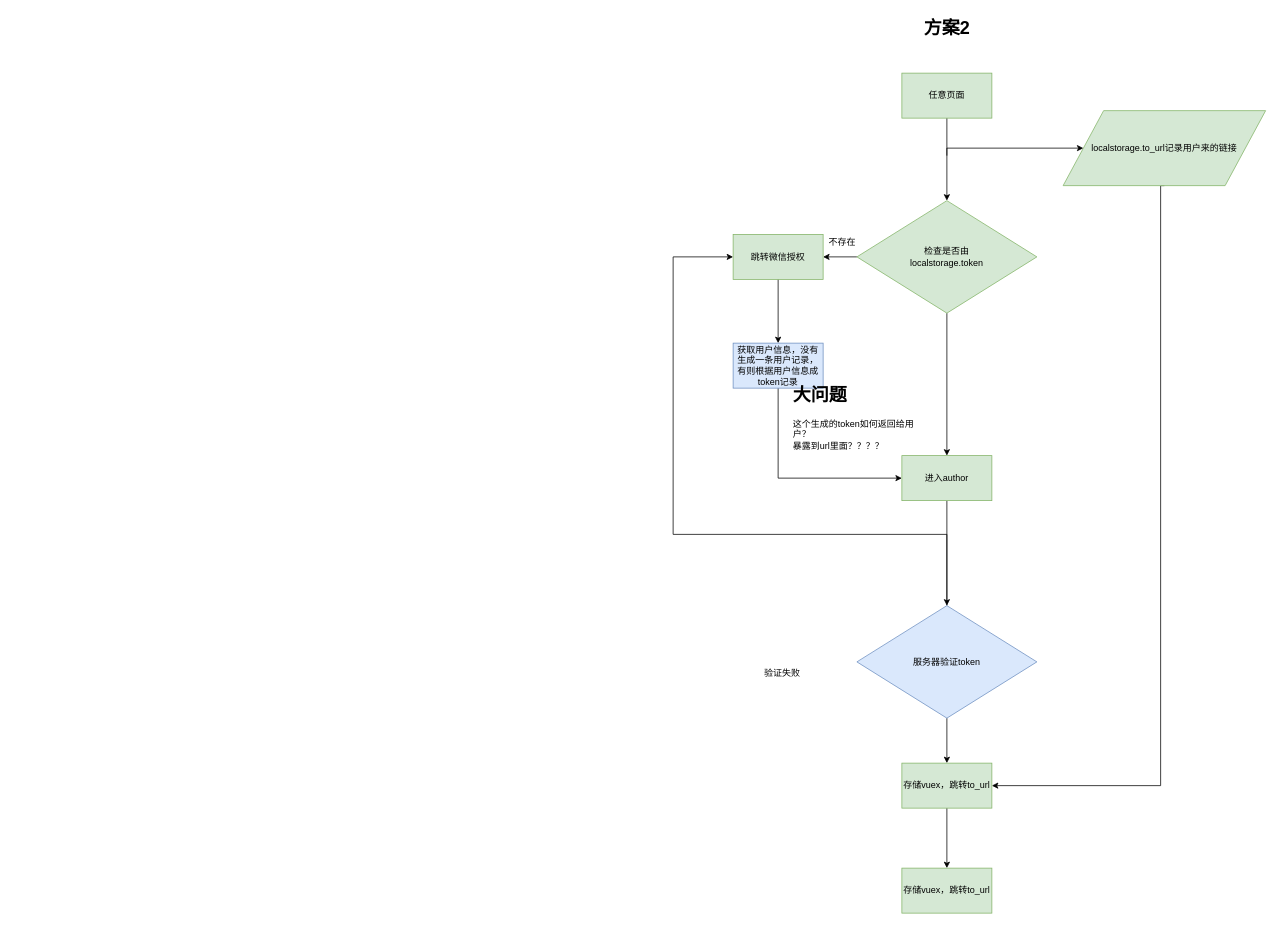
The draw.io diagram wechatAuthor.drawio in maclxf/ProjectDraw, before the edit. Source tidied: cells renumbered, new cells numbered last; positions are measured from the earlier drawing's top-left corner, leaving out a move shared by most shapes. Both pictures are drawn from the tidied source at 75%, with x=0, y=0 at pixel (673, 13).
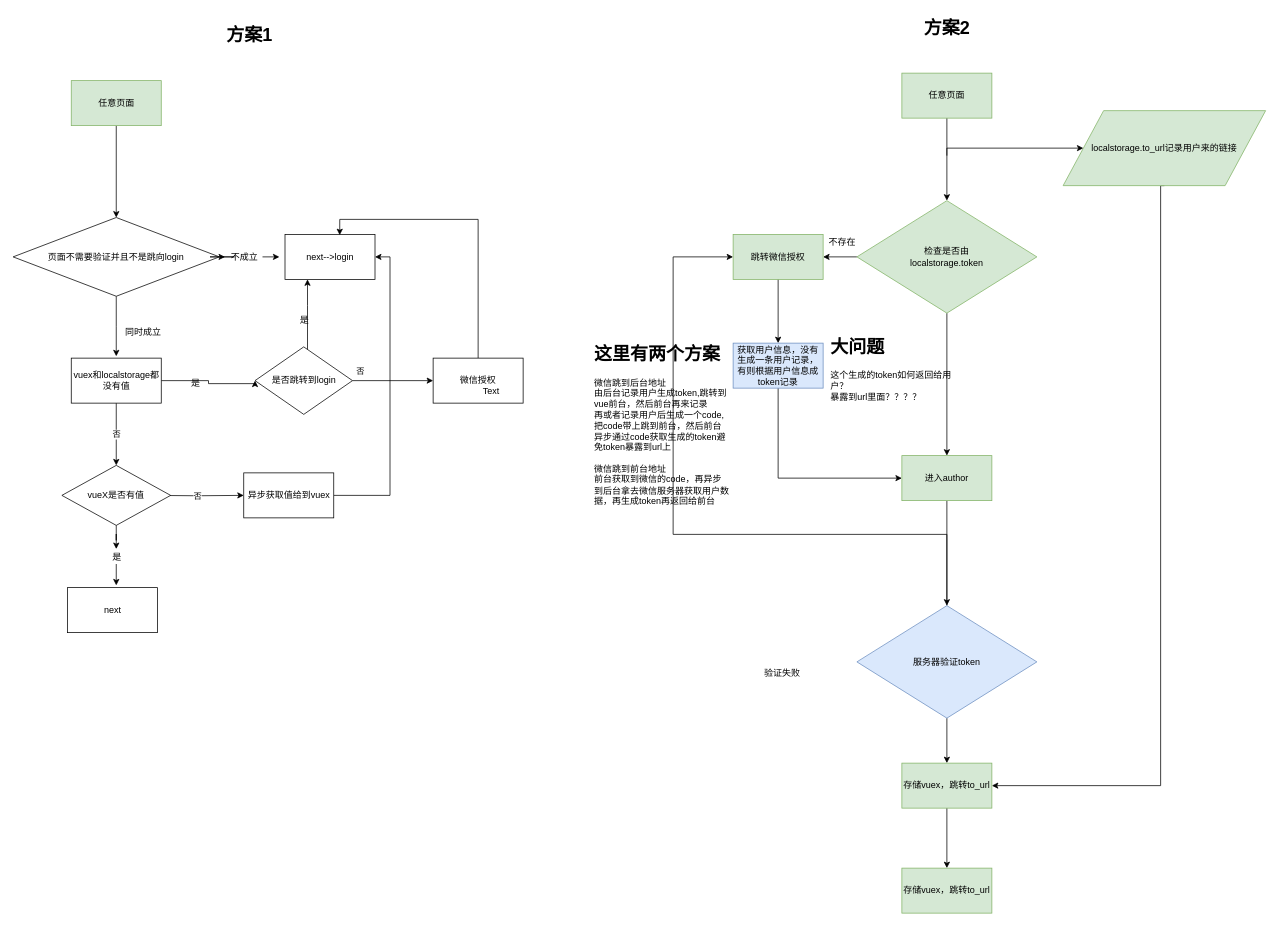
The same diagram, later.

The change refers to these unchanged cells:
```xml
<mxCell id="12" value="进入author" style="rounded=0;whiteSpace=wrap;html=1;fillColor=#d5e8d4;strokeColor=#82b366;" parent="1" vertex="1">
  <mxGeometry x="305" y="590" width="120" height="60" as="geometry" />
</mxCell>
<mxCell id="19" value="获取用户信息，没有生成一条用户记录，有则根据用户信息成token记录" style="rounded=0;whiteSpace=wrap;html=1;fillColor=#dae8fc;strokeColor=#6c8ebf;" parent="1" vertex="1">
  <mxGeometry x="80" y="440" width="120" height="60" as="geometry" />
</mxCell>
```

The edit, as a diff of the source:
```diff
@@
-    <mxCell id="18" style="edgeStyle=orthogonalEdgeStyle;rounded=0;jettySize=auto;html=1;" parent="1" edge="1" source="19" target="12">
+    <mxCell id="18" style="edgeStyle=orthogonalEdgeStyle;rounded=0;jettySize=auto;html=1;exitX=0.5;exitY=1;exitDx=0;exitDy=0;" parent="1" edge="1" source="19" target="12">
       <mxGeometry relative="1" as="geometry">
         <Array as="points">
           <mxPoint x="140" y="620" />
         </Array>
       </mxGeometry>
     </mxCell>
@@
     <mxCell id="25" value="&lt;h1&gt;大问题&lt;/h1&gt;&lt;div&gt;这个生成的token如何返回给用户？&lt;/div&gt;&lt;div&gt;暴露到url里面？？？？&lt;/div&gt;" style="text;html=1;strokeColor=none;fillColor=none;spacing=5;spacingTop=-20;whiteSpace=wrap;overflow=hidden;rounded=0;" parent="1" vertex="1">
-      <mxGeometry x="155" y="490" width="190" height="120" as="geometry" />
+      <mxGeometry x="205" y="425" width="190" height="120" as="geometry" />
     </mxCell>
@@
+    <mxCell id="27" style="edgeStyle=orthogonalEdgeStyle;rounded=0;jettySize=auto;html=1;entryX=0.5;entryY=0;entryDx=0;entryDy=0;" parent="1" edge="1" source="28" target="32">
+      <mxGeometry relative="1" as="geometry" />
+    </mxCell>
+    <mxCell id="28" value="任意页面" style="rounded=0;whiteSpace=wrap;html=1;fillColor=#d5e8d4;strokeColor=#82b366;" parent="1" vertex="1">
+      <mxGeometry x="-802.5" y="90" width="120" height="60" as="geometry" />
+    </mxCell>
+    <mxCell id="29" value="方案1" style="text;strokeColor=none;fillColor=none;html=1;fontSize=24;fontStyle=1;verticalAlign=middle;align=center;" parent="1" vertex="1">
+      <mxGeometry x="-615" y="10" width="100" height="40" as="geometry" />
+    </mxCell>
+    <mxCell id="30" style="edgeStyle=orthogonalEdgeStyle;rounded=0;jettySize=auto;html=1;" parent="1" edge="1" source="32">
+      <mxGeometry relative="1" as="geometry">
+        <mxPoint x="-742.5" y="457.5" as="targetPoint" />
+      </mxGeometry>
+    </mxCell>
+    <mxCell id="31" style="edgeStyle=orthogonalEdgeStyle;rounded=0;jettySize=auto;html=1;" parent="1" edge="1" source="35">
+      <mxGeometry relative="1" as="geometry">
+        <mxPoint x="-525" y="325" as="targetPoint" />
+      </mxGeometry>
+    </mxCell>
+    <mxCell id="32" value="页面不需要验证并且不是跳向login" style="rhombus;whiteSpace=wrap;html=1;" parent="1" vertex="1">
+      <mxGeometry x="-880" y="272.5" width="275" height="105" as="geometry" />
+    </mxCell>
+    <mxCell id="33" value="同时成立" style="text;html=1;align=center;verticalAlign=middle;" parent="1" vertex="1">
+      <mxGeometry x="-737.5" y="415" width="60" height="20" as="geometry" />
+    </mxCell>
+    <mxCell id="34" value="next--&amp;gt;login" style="rounded=0;whiteSpace=wrap;html=1;" parent="1" vertex="1">
+      <mxGeometry x="-517.5" y="295" width="120" height="60" as="geometry" />
+    </mxCell>
+    <mxCell id="35" value="不成立" style="text;html=1;align=center;verticalAlign=middle;points=[];" parent="1" vertex="1">
+      <mxGeometry x="-597.5" y="315" width="50" height="20" as="geometry" />
+    </mxCell>
+    <mxCell id="36" style="edgeStyle=orthogonalEdgeStyle;rounded=0;jettySize=auto;html=1;" parent="1" edge="1" source="32" target="35">
+      <mxGeometry relative="1" as="geometry" />
+    </mxCell>
+    <mxCell id="37" value="否" style="edgeStyle=orthogonalEdgeStyle;rounded=0;jettySize=auto;html=1;" parent="1" edge="1" source="39" target="49">
+      <mxGeometry relative="1" as="geometry" />
+    </mxCell>
+    <mxCell id="38" style="edgeStyle=orthogonalEdgeStyle;rounded=0;jettySize=auto;html=1;entryX=0;entryY=0.5;entryDx=0;entryDy=0;" parent="1" edge="1" source="39" target="45">
+      <mxGeometry relative="1" as="geometry">
+        <Array as="points">
+          <mxPoint x="-619.5" y="490" />
+          <mxPoint x="-619.5" y="494" />
+          <mxPoint x="-557.5" y="494" />
+        </Array>
+      </mxGeometry>
+    </mxCell>
+    <mxCell id="39" value="vuex和localstorage都没有值" style="rounded=0;whiteSpace=wrap;html=1;" parent="1" vertex="1">
+      <mxGeometry x="-802.5" y="460" width="120" height="60" as="geometry" />
+    </mxCell>
+    <mxCell id="40" style="edgeStyle=orthogonalEdgeStyle;rounded=0;jettySize=auto;html=1;entryX=0.608;entryY=0.017;entryDx=0;entryDy=0;entryPerimeter=0;exitX=0.5;exitY=0;exitDx=0;exitDy=0;" parent="1" edge="1" source="41" target="34">
+      <mxGeometry relative="1" as="geometry">
+        <Array as="points">
+          <mxPoint x="-260" y="275" />
+          <mxPoint x="-445" y="275" />
+        </Array>
+      </mxGeometry>
+    </mxCell>
+    <mxCell id="41" value="微信授权" style="rounded=0;whiteSpace=wrap;html=1;" parent="1" vertex="1">
+      <mxGeometry x="-320" y="460" width="120" height="60" as="geometry" />
+    </mxCell>
+    <mxCell id="42" value="是" style="text;html=1;align=center;verticalAlign=middle;" parent="1" vertex="1">
+      <mxGeometry x="-652.5" y="484" width="30" height="20" as="geometry" />
+    </mxCell>
+    <mxCell id="43" style="edgeStyle=orthogonalEdgeStyle;rounded=0;jettySize=auto;html=1;exitX=1;exitY=0.5;exitDx=0;exitDy=0;entryX=0;entryY=0.5;entryDx=0;entryDy=0;" parent="1" edge="1" source="45" target="41">
+      <mxGeometry relative="1" as="geometry" />
+    </mxCell>
+    <mxCell id="44" value="否" style="edgeStyle=orthogonalEdgeStyle;rounded=0;jettySize=auto;html=1;entryX=0.25;entryY=1;entryDx=0;entryDy=0;" parent="1" edge="1" source="45" target="34">
+      <mxGeometry x="0.28" y="-114" relative="1" as="geometry">
+        <Array as="points">
+          <mxPoint x="-487.5" y="390" />
+          <mxPoint x="-487.5" y="390" />
+        </Array>
+        <mxPoint x="-44" y="90" as="offset" />
+      </mxGeometry>
+    </mxCell>
+    <mxCell id="45" value="是否跳转到login" style="rhombus;whiteSpace=wrap;html=1;" parent="1" vertex="1">
+      <mxGeometry x="-557.5" y="445" width="130" height="90" as="geometry" />
+    </mxCell>
+    <mxCell id="46" value="是" style="text;html=1;align=center;verticalAlign=middle;" parent="1" vertex="1">
+      <mxGeometry x="-507.5" y="400" width="30" height="20" as="geometry" />
+    </mxCell>
+    <mxCell id="47" value="否" style="edgeStyle=orthogonalEdgeStyle;rounded=0;jettySize=auto;html=1;" parent="1" edge="1" target="51">
+      <mxGeometry relative="1" as="geometry">
+        <mxPoint x="-697.5" y="643" as="sourcePoint" />
+      </mxGeometry>
+    </mxCell>
+    <mxCell id="48" style="edgeStyle=orthogonalEdgeStyle;rounded=0;jettySize=auto;html=1;" parent="1" edge="1" source="53">
+      <mxGeometry relative="1" as="geometry">
+        <mxPoint x="-742.5" y="763" as="targetPoint" />
+      </mxGeometry>
+    </mxCell>
+    <mxCell id="49" value="&lt;span style=&quot;white-space: normal&quot;&gt;vueX是否有值&lt;/span&gt;" style="rhombus;whiteSpace=wrap;html=1;" parent="1" vertex="1">
+      <mxGeometry x="-815" y="603" width="145" height="80" as="geometry" />
+    </mxCell>
+    <mxCell id="50" style="edgeStyle=orthogonalEdgeStyle;rounded=0;jettySize=auto;html=1;exitX=1;exitY=0.5;exitDx=0;exitDy=0;" parent="1" edge="1" source="51" target="34">
+      <mxGeometry relative="1" as="geometry">
+        <Array as="points">
+          <mxPoint x="-377.5" y="643" />
+          <mxPoint x="-377.5" y="325" />
+        </Array>
+      </mxGeometry>
+    </mxCell>
+    <mxCell id="51" value="异步获取值给到vuex" style="rounded=0;whiteSpace=wrap;html=1;" parent="1" vertex="1">
+      <mxGeometry x="-572.5" y="613" width="120" height="60" as="geometry" />
+    </mxCell>
+    <mxCell id="52" value="next" style="rounded=0;whiteSpace=wrap;html=1;" parent="1" vertex="1">
+      <mxGeometry x="-807.5" y="766" width="120" height="60" as="geometry" />
+    </mxCell>
+    <mxCell id="53" value="是" style="text;html=1;align=center;verticalAlign=middle;points=[];" parent="1" vertex="1">
+      <mxGeometry x="-757.5" y="714.5" width="30" height="20" as="geometry" />
+    </mxCell>
+    <mxCell id="54" style="edgeStyle=orthogonalEdgeStyle;rounded=0;jettySize=auto;html=1;" parent="1" edge="1" source="49" target="53">
+      <mxGeometry relative="1" as="geometry" />
+    </mxCell>
+    <mxCell id="55" value="&lt;h1&gt;这里有两个方案&lt;/h1&gt;&lt;div&gt;微信跳到后台地址&lt;/div&gt;&lt;div&gt;由后台记录用户生成token,跳转到vue前台，然后前台再来记录&lt;/div&gt;&lt;div&gt;再或者记录用户后生成一个code,把code带上跳到前台，然后前台异步通过code获取生成的token避免token暴露到url上&lt;/div&gt;&lt;div&gt;&lt;br&gt;&lt;/div&gt;&lt;div&gt;微信跳到前台地址&lt;/div&gt;&lt;div&gt;前台获取到微信的code，再异步到后台拿去微信服务器获取用户数据，再生成token再返回给前台&lt;/div&gt;&lt;div&gt;&lt;br&gt;&lt;/div&gt;&lt;div&gt;&lt;br&gt;&lt;/div&gt;" style="text;html=1;strokeColor=none;fillColor=none;spacing=5;spacingTop=-20;whiteSpace=wrap;overflow=hidden;rounded=0;" parent="1" vertex="1">
+      <mxGeometry x="-110" y="435" width="190" height="235" as="geometry" />
+    </mxCell>
+    <mxCell id="56" value="Text" style="text;html=1;align=center;verticalAlign=middle;" parent="1" vertex="1">
+      <mxGeometry x="-263" y="494" width="40" height="20" as="geometry" />
+    </mxCell>
```
